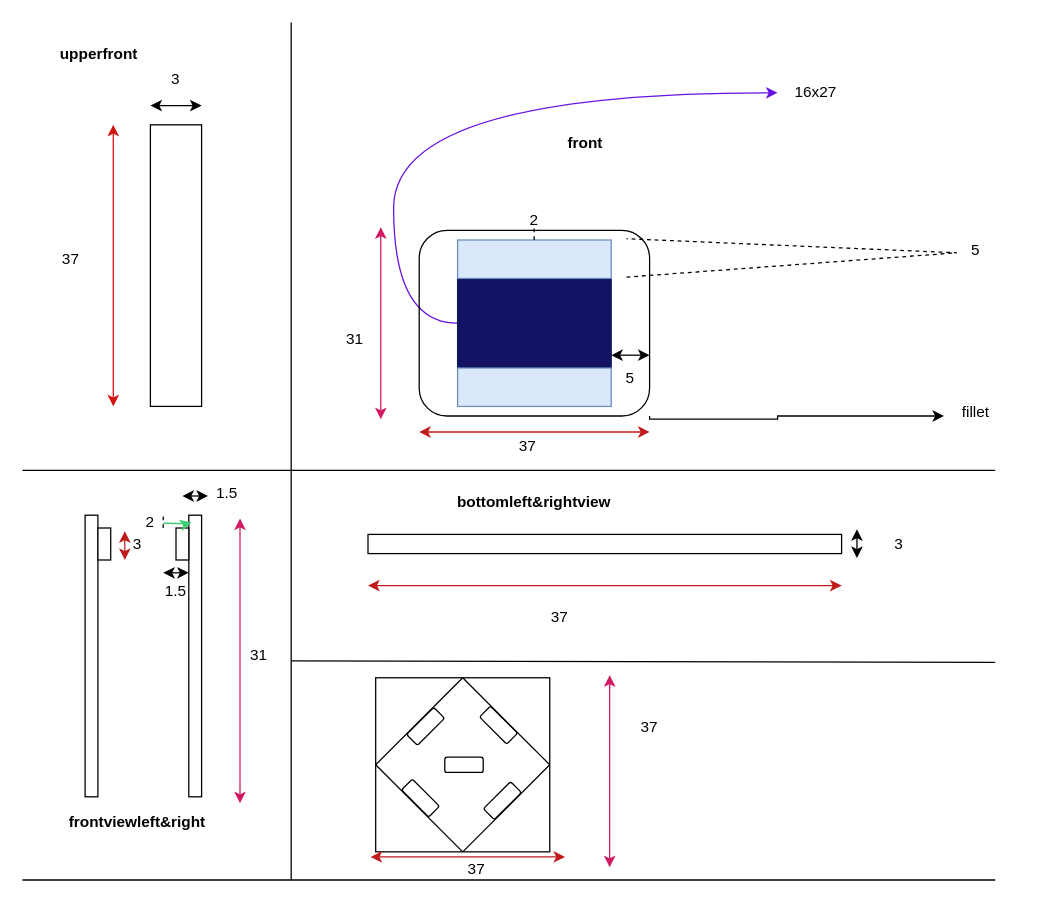
The draw.io diagram outer design.drawio in ovishak777/Epoxy, before the edit. Source tidied: cells renumbered, new cells numbered last; positions are measured from the earlier drawing's top-left corner, leaving out a move shared by most shapes. Both pictures are drawn from the tidied source at 128%, with x=0, y=0 at pixel (22, 22).
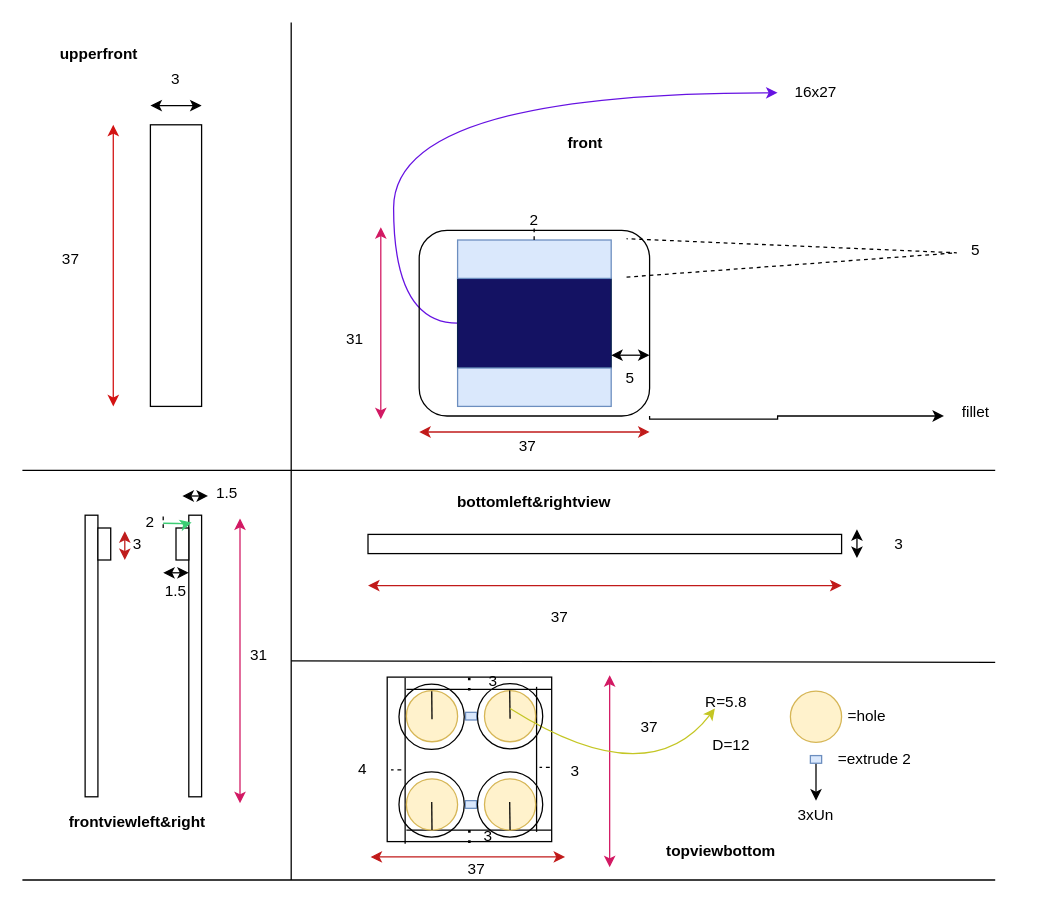
The same page after the edit.

Diff of the diagram source:
```diff
@@
-    <mxCell id="53" style="whiteSpace=wrap;html=1;" parent="1" vertex="1">
-      <mxGeometry x="276" y="512" width="136" height="136" as="geometry" />
-    </mxCell>
-    <mxCell id="54" style="endArrow=none;html=1;rounded=0;entryX=0.5;entryY=0;entryDx=0;entryDy=0;exitX=1;exitY=0.5;exitDx=0;exitDy=0;" parent="1" edge="1" source="53" target="53">
-      <mxGeometry relative="1" as="geometry" />
-    </mxCell>
-    <mxCell id="55" style="endArrow=none;html=1;rounded=0;entryX=0.5;entryY=0;entryDx=0;entryDy=0;exitX=0;exitY=0.5;exitDx=0;exitDy=0;" parent="1" edge="1" source="53" target="53">
-      <mxGeometry relative="1" as="geometry" />
-    </mxCell>
-    <mxCell id="56" style="endArrow=none;html=1;rounded=0;entryX=1;entryY=0.5;entryDx=0;entryDy=0;exitX=0.5;exitY=1;exitDx=0;exitDy=0;" parent="1" edge="1" source="53" target="53">
-      <mxGeometry relative="1" as="geometry" />
-    </mxCell>
-    <mxCell id="57" style="endArrow=none;html=1;rounded=0;entryX=0;entryY=0.5;entryDx=0;entryDy=0;exitX=0.5;exitY=1;exitDx=0;exitDy=0;" parent="1" edge="1" source="53" target="53">
-      <mxGeometry relative="1" as="geometry" />
-    </mxCell>
@@
-    <mxCell id="62" style="rounded=1;whiteSpace=wrap;html=1;rotation=315;" parent="1" vertex="1">
-      <mxGeometry x="300" y="544" width="30" height="12" as="geometry" />
-    </mxCell>
-    <mxCell id="63" style="rounded=1;whiteSpace=wrap;html=1;rotation=315;flipH=0;legacyAnchorPoints=0;flipV=0;" parent="1" vertex="1">
-      <mxGeometry x="360" y="602" width="30" height="12" as="geometry" />
-    </mxCell>
-    <mxCell id="64" style="rounded=1;whiteSpace=wrap;html=1;rotation=45;" parent="1" vertex="1">
-      <mxGeometry x="357" y="543" width="30" height="12" as="geometry" />
-    </mxCell>
-    <mxCell id="65" style="rounded=1;whiteSpace=wrap;html=1;rotation=45;" parent="1" vertex="1">
-      <mxGeometry x="296" y="600" width="30" height="12" as="geometry" />
-    </mxCell>
-    <mxCell id="66" style="rounded=1;whiteSpace=wrap;html=1;rotation=0;" parent="1" vertex="1">
-      <mxGeometry x="330" y="574" width="30" height="12" as="geometry" />
-    </mxCell>
+    <mxCell id="67" style="whiteSpace=wrap;html=1;" parent="1" vertex="1">
+      <mxGeometry x="285" y="511.5" width="128.5" height="128.5" as="geometry" />
+    </mxCell>
+    <mxCell id="68" style="endArrow=none;html=1;rounded=0;entryX=0.109;entryY=0.005;entryDx=0;entryDy=0;entryPerimeter=0;exitX=0.109;exitY=1.013;exitDx=0;exitDy=0;exitPerimeter=0;" parent="1" edge="1" source="67" target="67">
+      <mxGeometry relative="1" as="geometry" />
+    </mxCell>
+    <mxCell id="69" style="endArrow=none;html=1;rounded=0;entryX=0.998;entryY=0.067;entryDx=0;entryDy=0;entryPerimeter=0;" parent="1" edge="1">
+      <mxGeometry relative="1" as="geometry">
+        <mxPoint x="300" y="521.1" as="sourcePoint" />
+        <mxPoint x="413.2" y="521.1" as="targetPoint" />
+      </mxGeometry>
+    </mxCell>
+    <mxCell id="70" style="endArrow=none;html=1;rounded=0;entryX=0.998;entryY=0.067;entryDx=0;entryDy=0;entryPerimeter=0;" parent="1" edge="1">
+      <mxGeometry relative="1" as="geometry">
+        <mxPoint x="300" y="631" as="sourcePoint" />
+        <mxPoint x="413.2" y="631" as="targetPoint" />
+      </mxGeometry>
+    </mxCell>
+    <mxCell id="71" style="endArrow=none;html=1;rounded=0;entryX=0.998;entryY=0.067;entryDx=0;entryDy=0;entryPerimeter=0;" parent="1" edge="1">
+      <mxGeometry relative="1" as="geometry">
+        <mxPoint x="401.7" y="519.1" as="sourcePoint" />
+        <mxPoint x="401.7" y="632.4" as="targetPoint" />
+      </mxGeometry>
+    </mxCell>
+    <mxCell id="72" style="ellipse;whiteSpace=wrap;html=1;shapeInside=1;fillColor=#fff2cc;strokeColor=#d6b656;" parent="1" vertex="1">
+      <mxGeometry x="300" y="522" width="40" height="40" as="geometry" />
+    </mxCell>
+    <mxCell id="73" style="ellipse;whiteSpace=wrap;html=1;shapeInside=1;fillColor=#fff2cc;strokeColor=#d6b656;" parent="1" vertex="1">
+      <mxGeometry x="300" y="591" width="40" height="40" as="geometry" />
+    </mxCell>
+    <mxCell id="74" style="ellipse;whiteSpace=wrap;html=1;shapeInside=1;fillColor=#fff2cc;strokeColor=#d6b656;" parent="1" vertex="1">
+      <mxGeometry x="361" y="522" width="40" height="40" as="geometry" />
+    </mxCell>
+    <mxCell id="75" style="ellipse;whiteSpace=wrap;html=1;shapeInside=1;fillColor=#fff2cc;strokeColor=#d6b656;" parent="1" vertex="1">
+      <mxGeometry x="361" y="591" width="40" height="40" as="geometry" />
+    </mxCell>
+    <mxCell id="76" style="endArrow=none;html=1;rounded=0;" parent="1" edge="1">
+      <mxGeometry relative="1" as="geometry">
+        <mxPoint x="381" y="544" as="sourcePoint" />
+        <mxPoint x="380.7" y="522" as="targetPoint" />
+      </mxGeometry>
+    </mxCell>
+    <mxCell id="77" style="endArrow=classic;html=1;rounded=0;curved=1;strokeColor=light-dark(#c4c624, #ededed);" parent="1" edge="1">
+      <mxGeometry relative="1" as="geometry">
+        <mxPoint x="381" y="536" as="sourcePoint" />
+        <mxPoint x="541" y="536" as="targetPoint" />
+        <Array as="points">
+          <mxPoint x="489" y="604" />
+        </Array>
+      </mxGeometry>
+    </mxCell>
+    <mxCell id="78" style="rounded=0;whiteSpace=wrap;html=1;fillColor=#dae8fc;strokeColor=#6c8ebf;" parent="1" vertex="1">
+      <mxGeometry x="346.2" y="539" width="8.8" height="6" as="geometry" />
+    </mxCell>
+    <mxCell id="79" value="R=5.8" style="text;html=1;whiteSpace=wrap;strokeColor=none;fillColor=none;align=center;verticalAlign=middle;rounded=0;" parent="1" vertex="1">
+      <mxGeometry x="520" y="516" width="60" height="30" as="geometry" />
+    </mxCell>
+    <mxCell id="80" style="endArrow=none;dashed=1;html=1;dashPattern=1 3;strokeWidth=2;rounded=0;" parent="1" edge="1">
+      <mxGeometry relative="1" as="geometry">
+        <mxPoint x="349.1" y="522" as="sourcePoint" />
+        <mxPoint x="349.1" y="510" as="targetPoint" />
+      </mxGeometry>
+    </mxCell>
+    <mxCell id="81" value="3" style="text;html=1;whiteSpace=wrap;strokeColor=none;fillColor=none;align=center;verticalAlign=middle;rounded=0;" parent="1" vertex="1">
+      <mxGeometry x="356" y="511.5" width="24" height="7.5" as="geometry" />
+    </mxCell>
+    <mxCell id="82" style="endArrow=none;dashed=1;html=1;dashPattern=1 3;strokeWidth=2;rounded=0;" parent="1" edge="1">
+      <mxGeometry relative="1" as="geometry">
+        <mxPoint x="349.2" y="641" as="sourcePoint" />
+        <mxPoint x="349.2" y="629" as="targetPoint" />
+      </mxGeometry>
+    </mxCell>
+    <mxCell id="83" value="3" style="text;html=1;whiteSpace=wrap;strokeColor=none;fillColor=none;align=center;verticalAlign=middle;rounded=0;" parent="1" vertex="1">
+      <mxGeometry x="352" y="632.5" width="24" height="7.5" as="geometry" />
+    </mxCell>
+    <mxCell id="84" style="rounded=0;whiteSpace=wrap;html=1;fillColor=#dae8fc;strokeColor=#6c8ebf;" parent="1" vertex="1">
+      <mxGeometry x="346" y="608" width="8.8" height="6" as="geometry" />
+    </mxCell>
+    <mxCell id="85" style="ellipse;whiteSpace=wrap;html=1;shapeInside=1;fillColor=none;" parent="1" vertex="1">
+      <mxGeometry x="355.5" y="516.5" width="51" height="51" as="geometry" />
+    </mxCell>
+    <mxCell id="86" style="ellipse;whiteSpace=wrap;html=1;shapeInside=1;fillColor=none;" parent="1" vertex="1">
+      <mxGeometry x="294.2" y="517" width="51" height="51" as="geometry" />
+    </mxCell>
+    <mxCell id="87" style="ellipse;whiteSpace=wrap;html=1;shapeInside=1;fillColor=#fff2cc;strokeColor=#d6b656;" parent="1" vertex="1">
+      <mxGeometry x="600" y="522.5" width="40" height="40" as="geometry" />
+    </mxCell>
+    <mxCell id="88" value="=hole" style="text;html=1;whiteSpace=wrap;strokeColor=none;fillColor=none;align=center;verticalAlign=middle;rounded=0;" parent="1" vertex="1">
+      <mxGeometry x="640" y="534.5" width="40" height="15" as="geometry" />
+    </mxCell>
+    <mxCell id="89" style="edgeStyle=orthogonalEdgeStyle;rounded=0;jettySize=auto;html=1;exitX=0.5;exitY=1;exitDx=0;exitDy=0;" parent="1" edge="1" source="90">
+      <mxGeometry relative="1" as="geometry">
+        <mxPoint x="620" y="608" as="targetPoint" />
+      </mxGeometry>
+    </mxCell>
+    <mxCell id="90" style="rounded=0;whiteSpace=wrap;html=1;fillColor=#dae8fc;strokeColor=#6c8ebf;" parent="1" vertex="1">
+      <mxGeometry x="615.6" y="572.8" width="8.8" height="6" as="geometry" />
+    </mxCell>
+    <mxCell id="91" value="=extrude 2" style="text;html=1;whiteSpace=wrap;strokeColor=none;fillColor=none;align=center;verticalAlign=middle;rounded=0;" parent="1" vertex="1">
+      <mxGeometry x="636" y="564.1" width="60" height="23.2" as="geometry" />
+    </mxCell>
+    <mxCell id="92" style="endArrow=none;html=1;rounded=0;" parent="1" edge="1">
+      <mxGeometry relative="1" as="geometry">
+        <mxPoint x="320" y="631" as="sourcePoint" />
+        <mxPoint x="319.8" y="609" as="targetPoint" />
+      </mxGeometry>
+    </mxCell>
+    <mxCell id="93" style="endArrow=none;html=1;rounded=0;" parent="1" edge="1">
+      <mxGeometry relative="1" as="geometry">
+        <mxPoint x="320" y="544.5" as="sourcePoint" />
+        <mxPoint x="319.8" y="522.5" as="targetPoint" />
+      </mxGeometry>
+    </mxCell>
+    <mxCell id="94" style="ellipse;whiteSpace=wrap;html=1;shapeInside=1;fillColor=none;" parent="1" vertex="1">
+      <mxGeometry x="294.2" y="585.5" width="51" height="51" as="geometry" />
+    </mxCell>
+    <mxCell id="95" style="ellipse;whiteSpace=wrap;html=1;shapeInside=1;fillColor=none;" parent="1" vertex="1">
+      <mxGeometry x="355.5" y="585.5" width="51" height="51" as="geometry" />
+    </mxCell>
+    <mxCell id="96" style="endArrow=none;html=1;rounded=0;" parent="1" edge="1">
+      <mxGeometry relative="1" as="geometry">
+        <mxPoint x="381" y="631" as="sourcePoint" />
+        <mxPoint x="380.7" y="609" as="targetPoint" />
+      </mxGeometry>
+    </mxCell>
+    <mxCell id="97" style="endArrow=none;dashed=1;html=1;rounded=0;" parent="1" edge="1">
+      <mxGeometry relative="1" as="geometry">
+        <mxPoint x="296" y="584" as="sourcePoint" />
+        <mxPoint x="288" y="584" as="targetPoint" />
+      </mxGeometry>
+    </mxCell>
+    <mxCell id="98" value="4" style="text;html=1;whiteSpace=wrap;strokeColor=none;fillColor=none;align=center;verticalAlign=middle;rounded=0;" parent="1" vertex="1">
+      <mxGeometry x="248" y="577.5" width="36" height="12" as="geometry" />
+    </mxCell>
+    <mxCell id="99" style="endArrow=none;dashed=1;html=1;rounded=0;" parent="1" edge="1">
+      <mxGeometry relative="1" as="geometry">
+        <mxPoint x="412" y="582" as="sourcePoint" />
+        <mxPoint x="404" y="582" as="targetPoint" />
+      </mxGeometry>
+    </mxCell>
+    <mxCell id="100" value="3" style="text;html=1;whiteSpace=wrap;strokeColor=none;fillColor=none;align=center;verticalAlign=middle;rounded=0;" parent="1" vertex="1">
+      <mxGeometry x="420" y="581" width="24" height="7.5" as="geometry" />
+    </mxCell>
+    <mxCell id="101" value="D=12" style="text;html=1;whiteSpace=wrap;strokeColor=none;fillColor=none;align=center;verticalAlign=middle;rounded=0;" parent="1" vertex="1">
+      <mxGeometry x="532" y="557.8" width="44" height="15" as="geometry" />
+    </mxCell>
+    <mxCell id="102" value="3xUn" style="text;html=1;whiteSpace=wrap;strokeColor=none;fillColor=none;align=center;verticalAlign=middle;rounded=0;" parent="1" vertex="1">
+      <mxGeometry x="600" y="614" width="40" height="12" as="geometry" />
+    </mxCell>
+    <mxCell id="103" value="&lt;b&gt;topviewbottom&lt;/b&gt;" style="text;html=1;whiteSpace=wrap;strokeColor=none;fillColor=none;align=center;verticalAlign=middle;rounded=0;" parent="1" vertex="1">
+      <mxGeometry x="516" y="632.5" width="60" height="30" as="geometry" />
+    </mxCell>
```
